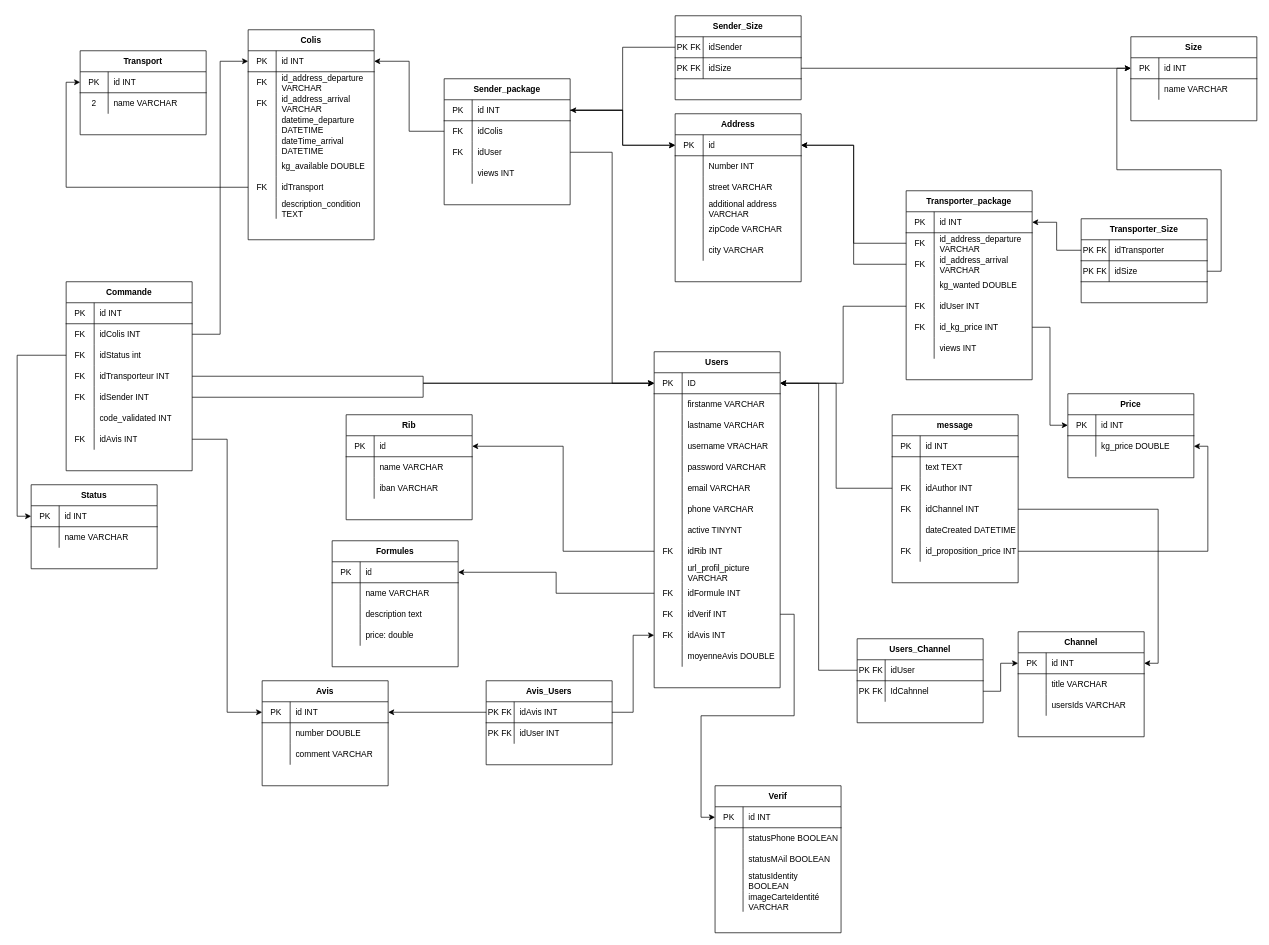
Before: resource/schemabdd.drawio in COMMUNIER-Pierrick/weezli_back-end, a draw.io diagram. Source tidied: cells renumbered, new cells numbered last; positions are measured from the earlier drawing's top-left corner, leaving out a move shared by most shapes. Both pictures are drawn from the tidied source at 70%, with x=0, y=0 at pixel (31, 15).
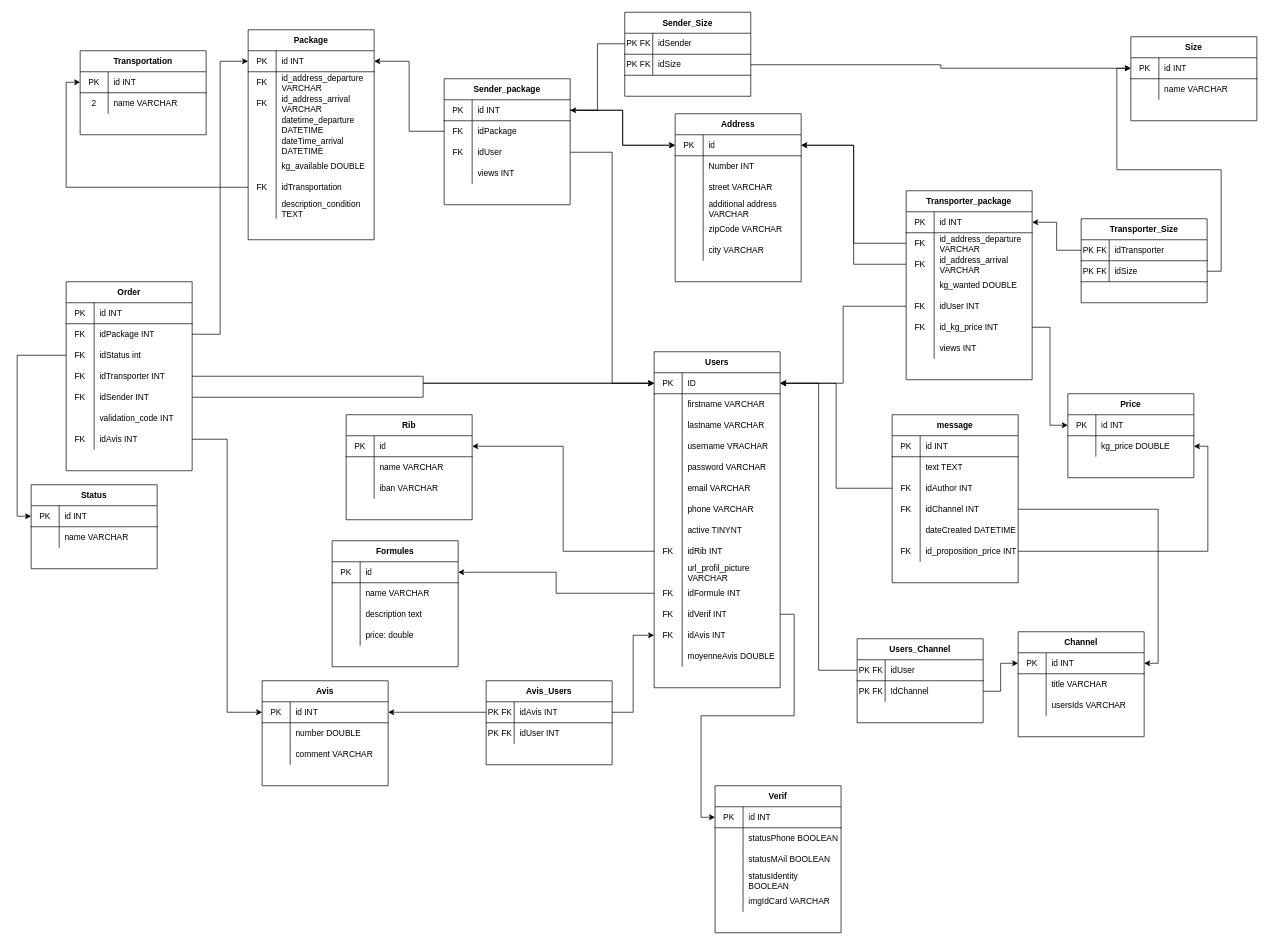
Above is the later version.

Commit message (it also covers changes not shown here):
Modifs schema (anglais)

The change refers to these unchanged cells:
```xml
<mxCell id="25" style="shape=partialRectangle;html=1;whiteSpace=wrap;fillColor=none;top=0;left=0;bottom=0;right=0;" parent="21" vertex="1">
  <mxGeometry y="60" width="180" height="30" as="geometry" />
</mxCell>
<mxCell id="134" style="shape=partialRectangle;html=1;whiteSpace=wrap;fillColor=none;top=0;left=0;bottom=0;right=0;points=[[0,0.5],[1,0.5]];portConstraint=eastwest;" parent="130" vertex="1">
  <mxGeometry y="60" width="180" height="30" as="geometry" />
</mxCell>
<mxCell id="207" style="shape=partialRectangle;html=1;whiteSpace=wrap;fillColor=none;top=0;left=0;bottom=0;right=0;points=[[0,0.5],[1,0.5]];portConstraint=eastwest;" parent="203" vertex="1">
  <mxGeometry y="60" width="180" height="30" as="geometry" />
</mxCell>
<mxCell id="231" style="shape=partialRectangle;html=1;whiteSpace=wrap;fillColor=none;top=0;left=0;bottom=0;right=0;points=[[0,0.5],[1,0.5]];portConstraint=eastwest;" parent="212" vertex="1">
  <mxGeometry y="210" width="180" height="30" as="geometry" />
</mxCell>
<mxCell id="242" style="shape=partialRectangle;html=1;whiteSpace=wrap;fillColor=none;top=0;left=0;bottom=0;right=0;points=[[0,0.5],[1,0.5]];portConstraint=eastwest;" parent="238" vertex="1">
  <mxGeometry y="60" width="180" height="30" as="geometry" />
</mxCell>
<mxCell id="248" style="shape=partialRectangle;html=1;whiteSpace=wrap;fillColor=none;top=0;left=0;bottom=0;right=0;points=[[0,0.5],[1,0.5]];portConstraint=eastwest;" parent="238" vertex="1">
  <mxGeometry y="120" width="180" height="30" as="geometry" />
</mxCell>
<mxCell id="254" style="shape=partialRectangle;html=1;whiteSpace=wrap;fillColor=none;top=0;left=0;bottom=0;right=0;" parent="238" vertex="1">
  <mxGeometry y="180" width="180" height="30" as="geometry" />
</mxCell>
<mxCell id="284" style="shape=partialRectangle;html=1;whiteSpace=wrap;fillColor=none;top=0;left=0;bottom=0;right=0;" parent="271" vertex="1">
  <mxGeometry y="150" width="180" height="30" as="geometry" />
</mxCell>
```

The edit, as a diff of the source:
```diff
@@
-    <mxCell id="27" value="firstanme VARCHAR" style="shape=partialRectangle;html=1;whiteSpace=wrap;fillColor=none;top=0;left=0;bottom=0;right=0;align=left;spacingLeft=6;overflow=hidden;" parent="25" vertex="1">
+    <mxCell id="27" value="firstname VARCHAR" style="shape=partialRectangle;html=1;whiteSpace=wrap;fillColor=none;top=0;left=0;bottom=0;right=0;align=left;spacingLeft=6;overflow=hidden;" parent="25" vertex="1">
       <mxGeometry x="40" width="140" height="30" as="geometry" />
     </mxCell>
@@
-    <mxCell id="136" value="idColis" style="shape=partialRectangle;html=1;whiteSpace=wrap;fillColor=none;top=0;left=0;bottom=0;right=0;align=left;spacingLeft=6;overflow=hidden;" parent="134" vertex="1">
+    <mxCell id="136" value="idPackage" style="shape=partialRectangle;html=1;whiteSpace=wrap;fillColor=none;top=0;left=0;bottom=0;right=0;align=left;spacingLeft=6;overflow=hidden;" parent="134" vertex="1">
       <mxGeometry x="40" width="140" height="30" as="geometry" />
     </mxCell>
@@
     <mxCell id="143" value="Sender_Size" style="shape=table;startSize=30;childLayout=tableLayout;rowLines=0;fontStyle=1;align=center;" parent="1" vertex="1">
-      <mxGeometry x="920" width="180" height="120" as="geometry" />
+      <mxGeometry x="848" y="-5" width="180" height="120" as="geometry" />
     </mxCell>
@@
-    <mxCell id="152" value="Transport" style="shape=table;startSize=30;childLayout=tableLayout;rowLines=0;fontStyle=1;align=center;" parent="1" vertex="1">
+    <mxCell id="152" value="Transportation" style="shape=table;startSize=30;childLayout=tableLayout;rowLines=0;fontStyle=1;align=center;" parent="1" vertex="1">
       <mxGeometry x="70" y="50" width="180" height="120" as="geometry" />
     </mxCell>
@@
-    <mxCell id="209" value="IdCahnnel" style="shape=partialRectangle;html=1;whiteSpace=wrap;fillColor=none;top=0;left=0;bottom=0;right=0;align=left;spacingLeft=6;overflow=hidden;" parent="207" vertex="1">
+    <mxCell id="209" value="IdChannel" style="shape=partialRectangle;html=1;whiteSpace=wrap;fillColor=none;top=0;left=0;bottom=0;right=0;align=left;spacingLeft=6;overflow=hidden;" parent="207" vertex="1">
       <mxGeometry x="40" width="140" height="30" as="geometry" />
     </mxCell>
@@
-    <mxCell id="212" value="Colis" style="shape=table;startSize=30;childLayout=tableLayout;rowLines=0;fontStyle=1;align=center;" parent="1" vertex="1">
+    <mxCell id="212" value="Package" style="shape=table;startSize=30;childLayout=tableLayout;rowLines=0;fontStyle=1;align=center;" parent="1" vertex="1">
       <mxGeometry x="310" y="20" width="180" height="300" as="geometry" />
     </mxCell>
@@
-    <mxCell id="233" value="idTransport" style="shape=partialRectangle;html=1;whiteSpace=wrap;fillColor=none;top=0;left=0;bottom=0;right=0;align=left;spacingLeft=6;overflow=hidden;" parent="231" vertex="1">
+    <mxCell id="233" value="idTransportation" style="shape=partialRectangle;html=1;whiteSpace=wrap;fillColor=none;top=0;left=0;bottom=0;right=0;align=left;spacingLeft=6;overflow=hidden;" parent="231" vertex="1">
       <mxGeometry x="40" width="140" height="30" as="geometry" />
     </mxCell>
@@
-    <mxCell id="238" value="Commande" style="shape=table;startSize=30;childLayout=tableLayout;rowLines=0;fontStyle=1;align=center;" parent="1" vertex="1">
+    <mxCell id="238" value="Order" style="shape=table;startSize=30;childLayout=tableLayout;rowLines=0;fontStyle=1;align=center;" parent="1" vertex="1">
       <mxGeometry x="50" y="380" width="180" height="270" as="geometry" />
     </mxCell>
@@
-    <mxCell id="244" value="idColis INT" style="shape=partialRectangle;html=1;whiteSpace=wrap;fillColor=none;top=0;left=0;bottom=0;right=0;align=left;spacingLeft=6;overflow=hidden;" parent="242" vertex="1">
+    <mxCell id="244" value="idPackage INT" style="shape=partialRectangle;html=1;whiteSpace=wrap;fillColor=none;top=0;left=0;bottom=0;right=0;align=left;spacingLeft=6;overflow=hidden;" parent="242" vertex="1">
       <mxGeometry x="40" width="140" height="30" as="geometry" />
     </mxCell>
@@
-    <mxCell id="250" value="idTransporteur INT" style="shape=partialRectangle;html=1;whiteSpace=wrap;fillColor=none;top=0;left=0;bottom=0;right=0;align=left;spacingLeft=6;overflow=hidden;" parent="248" vertex="1">
+    <mxCell id="250" value="idTransporter INT" style="shape=partialRectangle;html=1;whiteSpace=wrap;fillColor=none;top=0;left=0;bottom=0;right=0;align=left;spacingLeft=6;overflow=hidden;" parent="248" vertex="1">
       <mxGeometry x="40" width="140" height="30" as="geometry" />
     </mxCell>
@@
-    <mxCell id="256" value="code_validated INT" style="shape=partialRectangle;html=1;whiteSpace=wrap;fillColor=none;top=0;left=0;bottom=0;right=0;align=left;spacingLeft=6;overflow=hidden;" parent="254" vertex="1">
+    <mxCell id="256" value="validation_code INT" style="shape=partialRectangle;html=1;whiteSpace=wrap;fillColor=none;top=0;left=0;bottom=0;right=0;align=left;spacingLeft=6;overflow=hidden;" parent="254" vertex="1">
       <mxGeometry x="40" width="140" height="30" as="geometry" />
     </mxCell>
@@
-    <mxCell id="286" value="imageCarteIdentité VARCHAR" style="shape=partialRectangle;html=1;whiteSpace=wrap;fillColor=none;top=0;left=0;bottom=0;right=0;align=left;spacingLeft=6;overflow=hidden;" parent="284" vertex="1">
+    <mxCell id="286" value="imgIdCard VARCHAR" style="shape=partialRectangle;html=1;whiteSpace=wrap;fillColor=none;top=0;left=0;bottom=0;right=0;align=left;spacingLeft=6;overflow=hidden;" parent="284" vertex="1">
       <mxGeometry x="40" width="140" height="30" as="geometry" />
     </mxCell>
```
